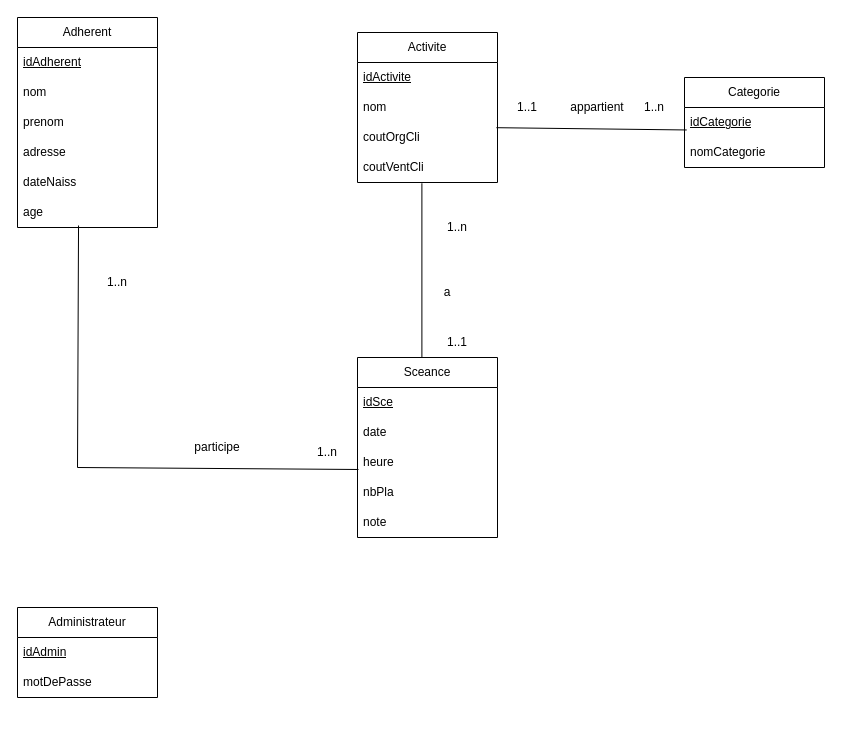
Earlier version of the draw.io diagram projetFinal.drawio (Audyb22/bd2024). Source tidied: cells renumbered, new cells numbered last; positions are measured from the earlier drawing's top-left corner, leaving out a move shared by most shapes. Both pictures are drawn from the tidied source at 100%, with x=0, y=0 at pixel (17, 17).
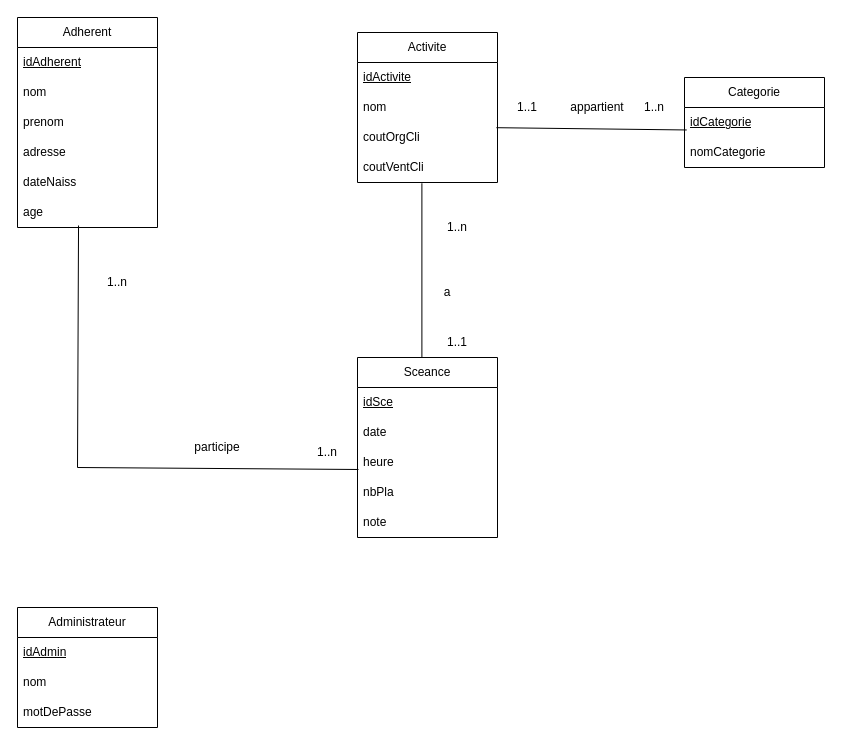
The same page after the edit.

Change to the diagram source:
```diff
@@
     <mxCell id="20" value="Administrateur" style="swimlane;fontStyle=0;horizontal=1;startSize=30;whiteSpace=wrap;html=1;" parent="1" vertex="1">
-      <mxGeometry y="590" width="140" height="90" as="geometry" />
+      <mxGeometry y="590" width="140" height="120" as="geometry" />
     </mxCell>
@@
+    <mxCell id="38" value="nom" style="text;strokeColor=none;fillColor=none;align=left;verticalAlign=middle;spacingLeft=4;spacingRight=4;overflow=hidden;whiteSpace=wrap;html=1;" parent="20" vertex="1">
+      <mxGeometry y="60" width="140" height="30" as="geometry" />
+    </mxCell>
     <mxCell id="22" value="motDePasse" style="text;strokeColor=none;fillColor=none;align=left;verticalAlign=middle;spacingLeft=4;spacingRight=4;overflow=hidden;whiteSpace=wrap;html=1;" parent="20" vertex="1">
-      <mxGeometry y="60" width="140" height="30" as="geometry" />
+      <mxGeometry y="90" width="140" height="30" as="geometry" />
     </mxCell>
```
